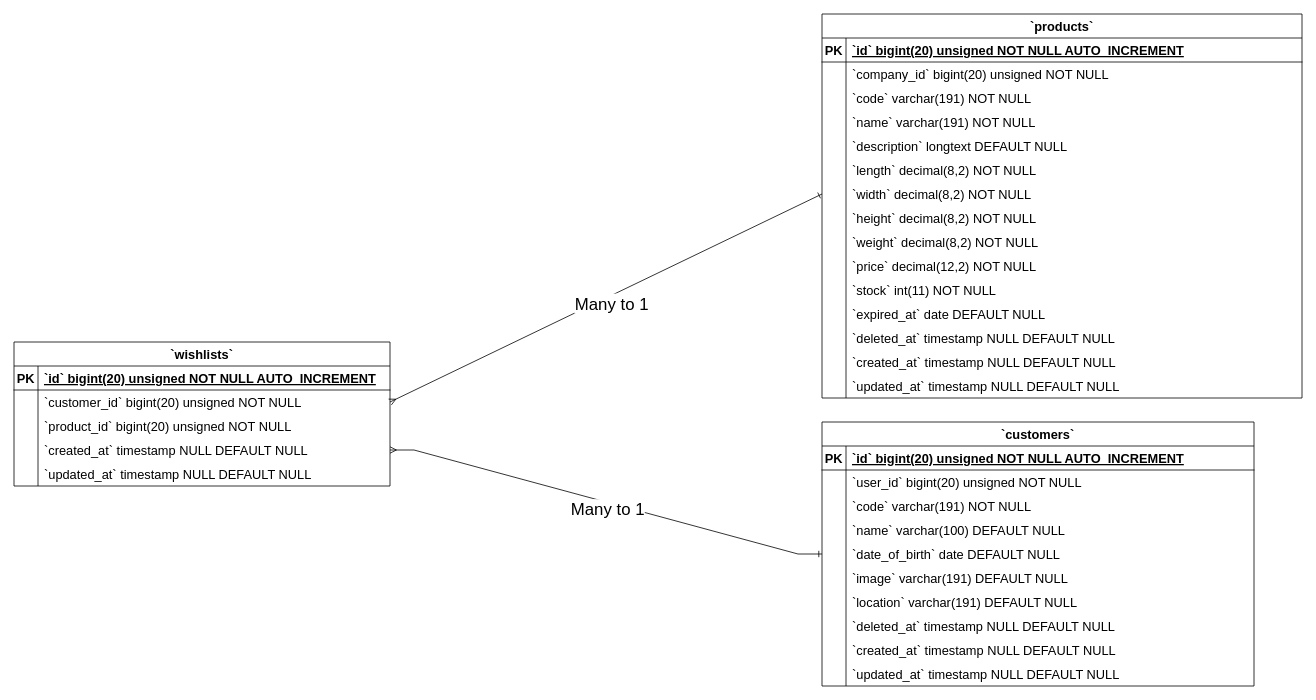
Simasco/diagram keeps this draw.io diagram as Wishlists ERD Diagram.drawio. Above is the earlier version. Source tidied: cells renumbered, new cells numbered last; positions are measured from the earlier drawing's top-left corner, leaving out a move shared by most shapes. Both pictures are drawn from the tidied source at 80%, with x=0, y=0 at pixel (14, 14).
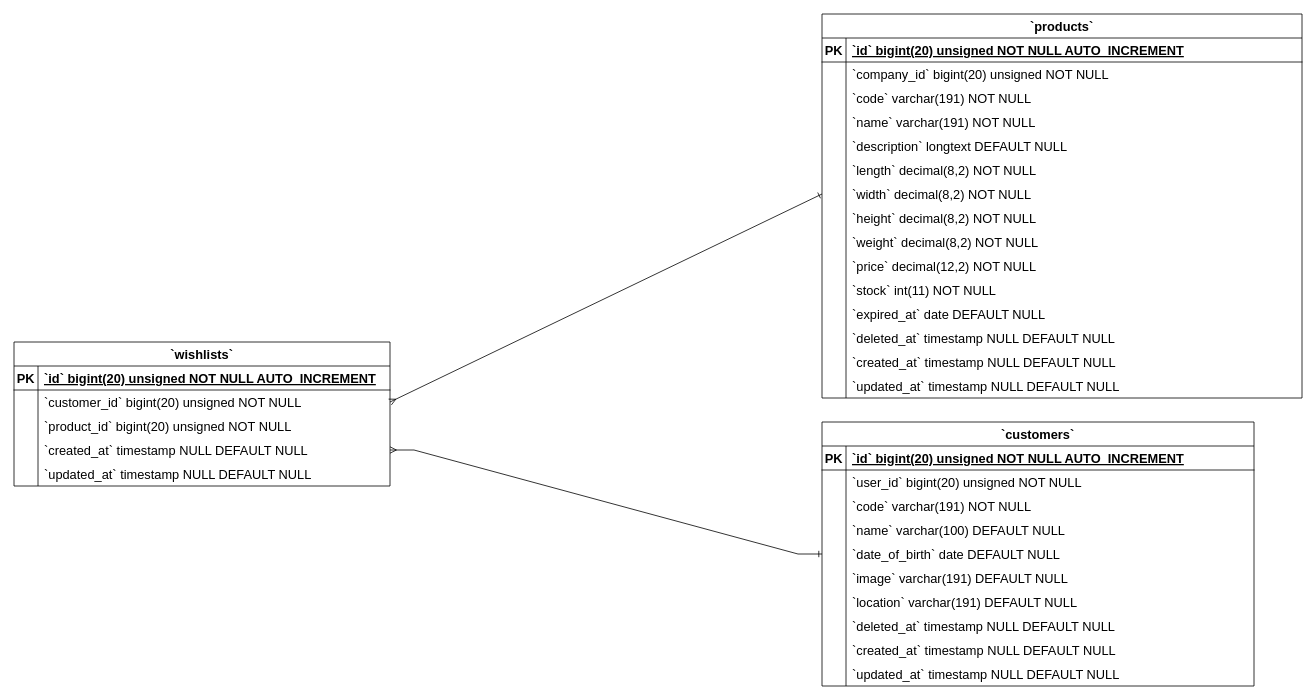
The same page after the edit.

Unchanged cells that the change refers to:
```xml
<mxCell id="95" style="edgeStyle=entityRelationEdgeStyle;fontSize=12;html=1;endArrow=ERmany;rounded=0;entryX=1;entryY=0.5;entryDx=0;entryDy=0;exitX=0;exitY=0.5;exitDx=0;exitDy=0;endFill=0;startArrow=ERone;startFill=0;" parent="1" edge="1" source="31" target="12">
  <mxGeometry relative="1" as="geometry">
    <Array as="points">
      <mxPoint x="990" y="880" />
    </Array>
  </mxGeometry>
</mxCell>
<mxCell id="97" style="fontSize=12;html=1;endArrow=ERmany;rounded=0;entryX=1;entryY=0.5;entryDx=0;entryDy=0;exitX=0;exitY=0.5;exitDx=0;exitDy=0;endFill=0;startArrow=ERone;startFill=0;" parent="1" edge="1" source="68" target="6">
  <mxGeometry relative="1" as="geometry" />
</mxCell>
```

Diff of the diagram source:
```diff
@@
-    <mxCell id="96" value="&lt;font style=&quot;font-size: 21px;&quot;&gt;Many to 1&lt;/font&gt;" style="edgeLabel;html=1;align=center;verticalAlign=middle;" parent="95" vertex="1">
-      <mxGeometry x="-0.01" y="8" relative="1" as="geometry">
-        <mxPoint x="1" as="offset" />
-      </mxGeometry>
-    </mxCell>
@@
-    <mxCell id="98" value="&lt;font style=&quot;font-size: 21px;&quot;&gt;Many to 1&lt;/font&gt;" style="edgeLabel;html=1;align=center;verticalAlign=middle;" parent="97" vertex="1">
-      <mxGeometry x="-0.01" y="8" relative="1" as="geometry">
-        <mxPoint x="1" as="offset" />
-      </mxGeometry>
-    </mxCell>
```
